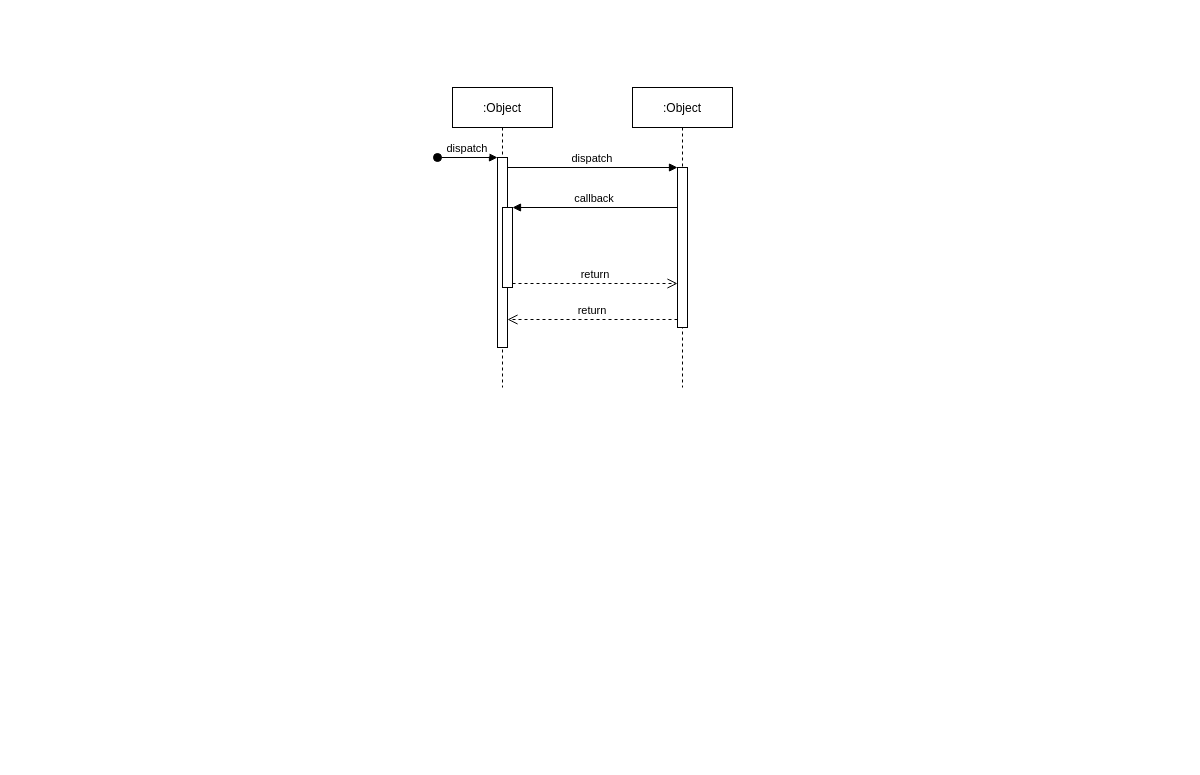
Before: Диаграмма без названия.drawio in iagsav/spring_2022, a draw.io diagram. Source tidied: cells renumbered, new cells numbered last; positions are measured from the earlier drawing's top-left corner, leaving out a move shared by most shapes. Both pictures are drawn from the tidied source at 100%, with x=0, y=0 at pixel (437, 87).
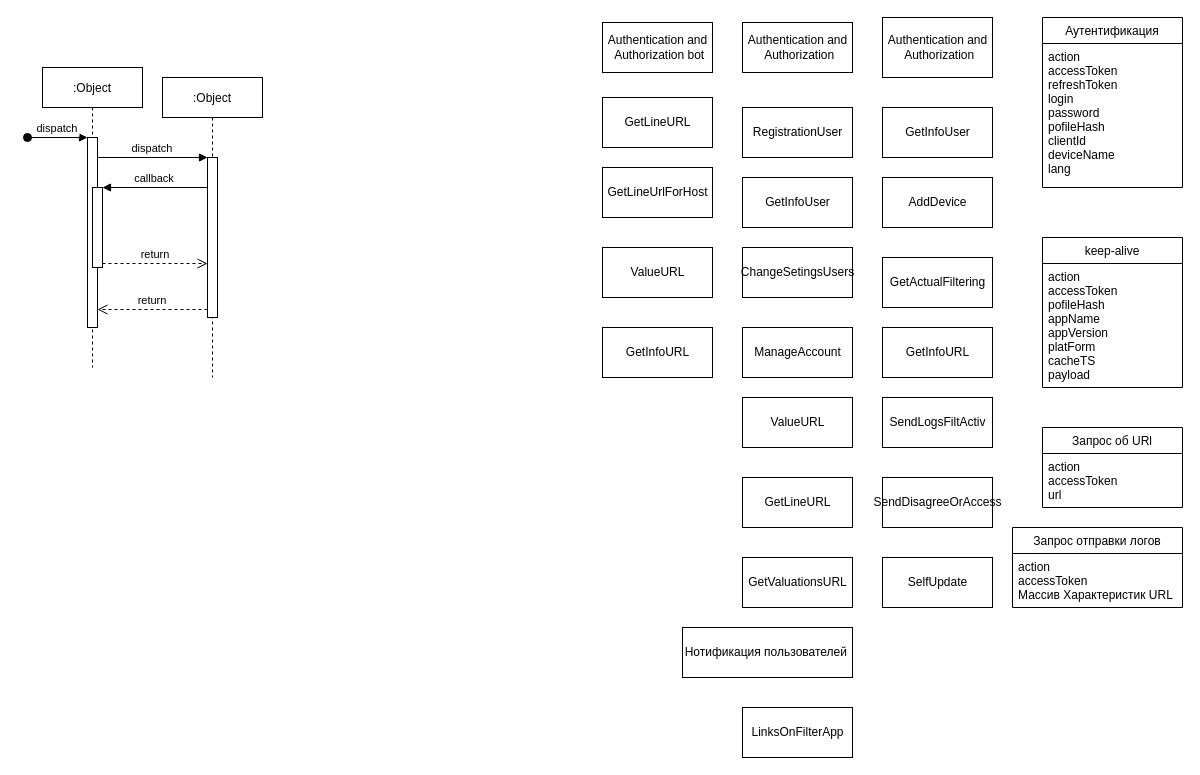
Above is the later version.

Diff of the diagram source:
```diff
@@
     <mxCell id="2" value=":Object" style="shape=umlLifeline;perimeter=lifelinePerimeter;rounded=0;shadow=0;strokeWidth=1;" parent="1" vertex="1">
-      <mxGeometry x="15" width="100" height="300" as="geometry" />
+      <mxGeometry x="-395" y="-20" width="100" height="300" as="geometry" />
     </mxCell>
@@
     <mxCell id="6" value=":Object" style="shape=umlLifeline;perimeter=lifelinePerimeter;rounded=0;shadow=0;strokeWidth=1;" parent="1" vertex="1">
-      <mxGeometry x="195" width="100" height="300" as="geometry" />
+      <mxGeometry x="-275" y="-10" width="100" height="300" as="geometry" />
     </mxCell>
@@
+    <mxCell id="12" value="Аутентификация" style="swimlane;fontStyle=0;horizontal=1;startSize=26;fillColor=none;" parent="1" vertex="1">
+      <mxGeometry x="605" y="-70" width="140" height="170" as="geometry" />
+    </mxCell>
+    <mxCell id="13" value="action&#10;accessToken&#10;refreshToken&#10;login&#10;password&#10;pofileHash&#10;clientId&#10;deviceName&#10;lang" style="text;strokeColor=none;fillColor=none;align=left;verticalAlign=top;spacingLeft=4;spacingRight=4;overflow=hidden;" parent="12" vertex="1">
+      <mxGeometry y="26" width="140" height="144" as="geometry" />
+    </mxCell>
+    <mxCell id="14" value="keep-alive" style="swimlane;fontStyle=0;horizontal=1;startSize=26;fillColor=none;" parent="1" vertex="1">
+      <mxGeometry x="605" y="150" width="140" height="150" as="geometry" />
+    </mxCell>
+    <mxCell id="15" value="action&#10;accessToken&#10;pofileHash&#10;appName&#10;appVersion&#10;platForm&#10;cacheTS&#10;payload&#10;" style="text;strokeColor=none;fillColor=none;align=left;verticalAlign=top;spacingLeft=4;spacingRight=4;overflow=hidden;" parent="14" vertex="1">
+      <mxGeometry y="26" width="140" height="124" as="geometry" />
+    </mxCell>
+    <mxCell id="16" value="Запрос об URl" style="swimlane;fontStyle=0;horizontal=1;startSize=26;fillColor=none;" parent="1" vertex="1">
+      <mxGeometry x="605" y="340" width="140" height="80" as="geometry" />
+    </mxCell>
+    <mxCell id="17" value="action&#10;accessToken&#10;url" style="text;strokeColor=none;fillColor=none;align=left;verticalAlign=top;spacingLeft=4;spacingRight=4;overflow=hidden;" parent="16" vertex="1">
+      <mxGeometry y="26" width="140" height="54" as="geometry" />
+    </mxCell>
+    <mxCell id="18" value="Запрос отправки логов" style="swimlane;fontStyle=0;horizontal=1;startSize=26;fillColor=none;" parent="1" vertex="1">
+      <mxGeometry x="575" y="440" width="170" height="80" as="geometry" />
+    </mxCell>
+    <mxCell id="19" value="action&#10;accessToken&#10;Массив Характеристик URL" style="text;strokeColor=none;fillColor=none;align=left;verticalAlign=top;spacingLeft=4;spacingRight=4;overflow=hidden;" parent="18" vertex="1">
+      <mxGeometry y="26" width="170" height="54" as="geometry" />
+    </mxCell>
+    <mxCell id="20" value="Authentication and&lt;br&gt;&amp;nbsp;Authorization" style="html=1;" parent="1" vertex="1">
+      <mxGeometry x="445" y="-70" width="110" height="60" as="geometry" />
+    </mxCell>
+    <mxCell id="21" value="GetInfoUser" style="html=1;" parent="1" vertex="1">
+      <mxGeometry x="445" y="20" width="110" height="50" as="geometry" />
+    </mxCell>
+    <mxCell id="22" value="GetActualFiltering" style="html=1;" parent="1" vertex="1">
+      <mxGeometry x="445" y="170" width="110" height="50" as="geometry" />
+    </mxCell>
+    <mxCell id="23" value="AddDevice" style="html=1;" parent="1" vertex="1">
+      <mxGeometry x="445" y="90" width="110" height="50" as="geometry" />
+    </mxCell>
+    <mxCell id="24" value="SelfUpdate" style="html=1;" parent="1" vertex="1">
+      <mxGeometry x="445" y="470" width="110" height="50" as="geometry" />
+    </mxCell>
+    <mxCell id="25" value="SendDisagreeOrAccess" style="html=1;" parent="1" vertex="1">
+      <mxGeometry x="445" y="390" width="110" height="50" as="geometry" />
+    </mxCell>
+    <mxCell id="26" value="SendLogsFiltActiv" style="html=1;" parent="1" vertex="1">
+      <mxGeometry x="445" y="310" width="110" height="50" as="geometry" />
+    </mxCell>
+    <mxCell id="27" value="GetInfoURL" style="html=1;" parent="1" vertex="1">
+      <mxGeometry x="445" y="240" width="110" height="50" as="geometry" />
+    </mxCell>
+    <mxCell id="28" value="LinksOnFilterApp" style="html=1;" parent="1" vertex="1">
+      <mxGeometry x="305" y="620" width="110" height="50" as="geometry" />
+    </mxCell>
+    <mxCell id="29" value="Нотификация пользователей&amp;nbsp;" style="html=1;" parent="1" vertex="1">
+      <mxGeometry x="245" y="540" width="170" height="50" as="geometry" />
+    </mxCell>
+    <mxCell id="30" value="GetValuationsURL" style="html=1;" parent="1" vertex="1">
+      <mxGeometry x="305" y="470" width="110" height="50" as="geometry" />
+    </mxCell>
+    <mxCell id="31" value="GetLineURL" style="html=1;" parent="1" vertex="1">
+      <mxGeometry x="305" y="390" width="110" height="50" as="geometry" />
+    </mxCell>
+    <mxCell id="32" value="ValueURL" style="html=1;" parent="1" vertex="1">
+      <mxGeometry x="305" y="310" width="110" height="50" as="geometry" />
+    </mxCell>
+    <mxCell id="33" value="ManageAccount" style="html=1;" parent="1" vertex="1">
+      <mxGeometry x="305" y="240" width="110" height="50" as="geometry" />
+    </mxCell>
+    <mxCell id="34" value="ChangeSetingsUsers" style="html=1;" parent="1" vertex="1">
+      <mxGeometry x="305" y="160" width="110" height="50" as="geometry" />
+    </mxCell>
+    <mxCell id="35" value="GetLineURL" style="html=1;" parent="1" vertex="1">
+      <mxGeometry x="165" y="10" width="110" height="50" as="geometry" />
+    </mxCell>
+    <mxCell id="36" value="GetInfoUser" style="html=1;" parent="1" vertex="1">
+      <mxGeometry x="305" y="90" width="110" height="50" as="geometry" />
+    </mxCell>
+    <mxCell id="37" value="RegistrationUser" style="html=1;" parent="1" vertex="1">
+      <mxGeometry x="305" y="20" width="110" height="50" as="geometry" />
+    </mxCell>
+    <mxCell id="38" value="Authentication and&lt;br&gt;&amp;nbsp;Authorization" style="html=1;" parent="1" vertex="1">
+      <mxGeometry x="305" y="-65" width="110" height="50" as="geometry" />
+    </mxCell>
+    <mxCell id="39" value="Authentication and&lt;br&gt;&amp;nbsp;Authorization bot" style="html=1;" parent="1" vertex="1">
+      <mxGeometry x="165" y="-65" width="110" height="50" as="geometry" />
+    </mxCell>
+    <mxCell id="40" value="GetInfoURL" style="html=1;" parent="1" vertex="1">
+      <mxGeometry x="165" y="240" width="110" height="50" as="geometry" />
+    </mxCell>
+    <mxCell id="41" value="ValueURL" style="html=1;" parent="1" vertex="1">
+      <mxGeometry x="165" y="160" width="110" height="50" as="geometry" />
+    </mxCell>
+    <mxCell id="42" value="GetLineUrlForHost" style="html=1;" parent="1" vertex="1">
+      <mxGeometry x="165" y="80" width="110" height="50" as="geometry" />
+    </mxCell>
```
